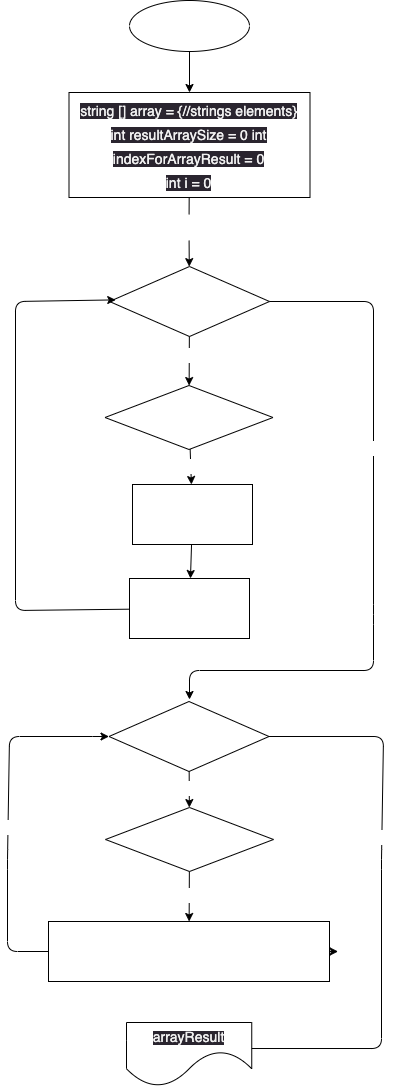
The draw.io diagram diagram.drawio.png in kurkinajulia/finalProject, before a commit. Source tidied: cells renumbered, new cells last; positions are measured from the earlier drawing's top-left corner, leaving out a move shared by most shapes.
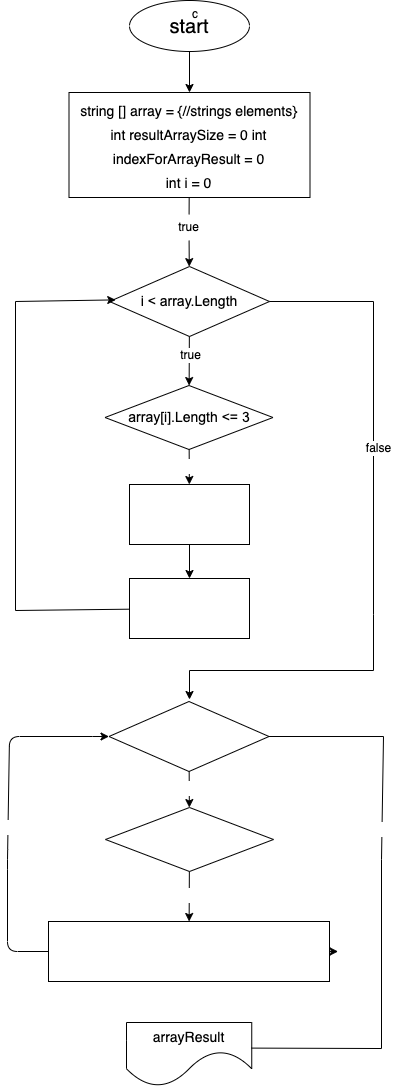
The same file after the commit.

Change to the diagram source:
```diff
@@ -2,39 +2,39 @@
   <root>
     <mxCell id="0" />
     <mxCell id="1" parent="0" />
-    <mxCell id="2" style="group;" parent="1" vertex="1">
+    <mxCell id="2" value="c" style="group;strokeColor=none;" parent="1" vertex="1">
       <mxGeometry width="376" height="1086" as="geometry" />
     </mxCell>
-    <mxCell id="3" value="&lt;font color=&quot;#ffffff&quot; style=&quot;font-size: 20px;&quot;&gt;start&lt;/font&gt;" style="ellipse;whiteSpace=wrap;html=1;fillColor=none;gradientColor=default;" parent="2" vertex="1">
+    <mxCell id="3" value="&lt;font color=&quot;#000000&quot; style=&quot;font-size: 20px;&quot;&gt;start&lt;/font&gt;" style="ellipse;whiteSpace=wrap;html=1;fillColor=none;gradientColor=default;strokeColor=#000000;" parent="2" vertex="1">
       <mxGeometry x="122" width="120" height="51" as="geometry" />
     </mxCell>
-    <mxCell id="4" value="&lt;font style=&quot;font-size: 14px;&quot;&gt;&lt;span style=&quot;color: rgb(240, 240, 240); font-family: Helvetica; font-style: normal; font-variant-ligatures: normal; font-variant-caps: normal; font-weight: 400; letter-spacing: normal; orphans: 2; text-align: center; text-indent: 0px; text-transform: none; widows: 2; word-spacing: 0px; -webkit-text-stroke-width: 0px; background-color: rgb(42, 37, 47); text-decoration-thickness: initial; text-decoration-style: initial; text-decoration-color: initial; float: none; display: inline !important;&quot;&gt;string [] array = {//strings elements}&lt;br&gt;int resultArraySize = 0 int&lt;/span&gt;&lt;br style=&quot;border-color: rgb(0, 0, 0); color: rgb(240, 240, 240); font-family: Helvetica; font-style: normal; font-variant-ligatures: normal; font-variant-caps: normal; font-weight: 400; letter-spacing: normal; orphans: 2; text-align: center; text-indent: 0px; text-transform: none; widows: 2; word-spacing: 0px; -webkit-text-stroke-width: 0px; background-color: rgb(42, 37, 47); text-decoration-thickness: initial; text-decoration-style: initial; text-decoration-color: initial;&quot;&gt;&lt;span style=&quot;color: rgb(240, 240, 240); font-family: Helvetica; font-style: normal; font-variant-ligatures: normal; font-variant-caps: normal; font-weight: 400; letter-spacing: normal; orphans: 2; text-align: center; text-indent: 0px; text-transform: none; widows: 2; word-spacing: 0px; -webkit-text-stroke-width: 0px; background-color: rgb(42, 37, 47); text-decoration-thickness: initial; text-decoration-style: initial; text-decoration-color: initial; float: none; display: inline !important;&quot;&gt;indexForArrayResult = 0&lt;/span&gt;&lt;br style=&quot;border-color: rgb(0, 0, 0); color: rgb(240, 240, 240); font-family: Helvetica; font-style: normal; font-variant-ligatures: normal; font-variant-caps: normal; font-weight: 400; letter-spacing: normal; orphans: 2; text-align: center; text-indent: 0px; text-transform: none; widows: 2; word-spacing: 0px; -webkit-text-stroke-width: 0px; background-color: rgb(42, 37, 47); text-decoration-thickness: initial; text-decoration-style: initial; text-decoration-color: initial;&quot;&gt;&lt;span style=&quot;color: rgb(240, 240, 240); font-family: Helvetica; font-style: normal; font-variant-ligatures: normal; font-variant-caps: normal; font-weight: 400; letter-spacing: normal; orphans: 2; text-align: center; text-indent: 0px; text-transform: none; widows: 2; word-spacing: 0px; -webkit-text-stroke-width: 0px; background-color: rgb(42, 37, 47); text-decoration-thickness: initial; text-decoration-style: initial; text-decoration-color: initial; float: none; display: inline !important;&quot;&gt;int i = 0&lt;/span&gt;&lt;/font&gt;" style="rounded=0;whiteSpace=wrap;html=1;fontSize=20;fillColor=none;gradientColor=default;" parent="2" vertex="1">
+    <mxCell id="4" value="&lt;font color=&quot;#000000&quot; style=&quot;font-size: 14px;&quot;&gt;&lt;span style=&quot;font-family: Helvetica; font-style: normal; font-variant-ligatures: normal; font-variant-caps: normal; font-weight: 400; letter-spacing: normal; orphans: 2; text-align: center; text-indent: 0px; text-transform: none; widows: 2; word-spacing: 0px; -webkit-text-stroke-width: 0px; text-decoration-thickness: initial; text-decoration-style: initial; text-decoration-color: initial; float: none; display: inline !important;&quot;&gt;string [] array = {//strings elements}&lt;br&gt;int resultArraySize = 0 int&lt;/span&gt;&lt;br style=&quot;border-color: rgb(0, 0, 0); font-family: Helvetica; font-style: normal; font-variant-ligatures: normal; font-variant-caps: normal; font-weight: 400; letter-spacing: normal; orphans: 2; text-align: center; text-indent: 0px; text-transform: none; widows: 2; word-spacing: 0px; -webkit-text-stroke-width: 0px; text-decoration-thickness: initial; text-decoration-style: initial; text-decoration-color: initial;&quot;&gt;&lt;span style=&quot;font-family: Helvetica; font-style: normal; font-variant-ligatures: normal; font-variant-caps: normal; font-weight: 400; letter-spacing: normal; orphans: 2; text-align: center; text-indent: 0px; text-transform: none; widows: 2; word-spacing: 0px; -webkit-text-stroke-width: 0px; text-decoration-thickness: initial; text-decoration-style: initial; text-decoration-color: initial; float: none; display: inline !important;&quot;&gt;indexForArrayResult = 0&lt;/span&gt;&lt;br style=&quot;border-color: rgb(0, 0, 0); font-family: Helvetica; font-style: normal; font-variant-ligatures: normal; font-variant-caps: normal; font-weight: 400; letter-spacing: normal; orphans: 2; text-align: center; text-indent: 0px; text-transform: none; widows: 2; word-spacing: 0px; -webkit-text-stroke-width: 0px; text-decoration-thickness: initial; text-decoration-style: initial; text-decoration-color: initial;&quot;&gt;&lt;span style=&quot;font-family: Helvetica; font-style: normal; font-variant-ligatures: normal; font-variant-caps: normal; font-weight: 400; letter-spacing: normal; orphans: 2; text-align: center; text-indent: 0px; text-transform: none; widows: 2; word-spacing: 0px; -webkit-text-stroke-width: 0px; text-decoration-thickness: initial; text-decoration-style: initial; text-decoration-color: initial; float: none; display: inline !important;&quot;&gt;int i = 0&lt;/span&gt;&lt;/font&gt;" style="rounded=0;whiteSpace=wrap;html=1;fontSize=20;fillColor=none;gradientColor=default;strokeColor=#000000;" parent="2" vertex="1">
       <mxGeometry x="61.5" y="92" width="241" height="105" as="geometry" />
     </mxCell>
-    <mxCell id="5" style="edgeStyle=none;html=1;" parent="2" edge="1" source="3" target="4">
+    <mxCell id="5" style="edgeStyle=none;html=1;strokeColor=#000000;" parent="2" edge="1" source="3" target="4">
       <mxGeometry relative="1" as="geometry" />
     </mxCell>
-    <mxCell id="6" value="&lt;span style=&quot;font-family: &amp;quot;YS Text&amp;quot;, arial, helvetica, sans-serif; text-align: start;&quot;&gt;&lt;font style=&quot;font-size: 14px;&quot; color=&quot;#ffffff&quot;&gt;i &amp;lt; array.Length&lt;/font&gt;&lt;/span&gt;" style="rhombus;whiteSpace=wrap;html=1;fontSize=14;" parent="2" vertex="1">
+    <mxCell id="6" value="&lt;span style=&quot;font-family: &amp;quot;YS Text&amp;quot;, arial, helvetica, sans-serif; text-align: start;&quot;&gt;&lt;font color=&quot;#000000&quot; style=&quot;font-size: 14px;&quot;&gt;i &amp;lt; array.Length&lt;/font&gt;&lt;/span&gt;" style="rhombus;whiteSpace=wrap;html=1;fontSize=14;fillColor=#FFFFFF;strokeColor=#000000;" parent="2" vertex="1">
       <mxGeometry x="102" y="266" width="160" height="70" as="geometry" />
     </mxCell>
-    <mxCell id="7" value="&lt;span style=&quot;font-family: &amp;quot;YS Text&amp;quot;, arial, helvetica, sans-serif; text-align: start;&quot;&gt;&lt;font style=&quot;font-size: 14px;&quot;&gt;array[i].Length &amp;lt;= 3&lt;/font&gt;&lt;/span&gt;" style="rhombus;whiteSpace=wrap;html=1;fontSize=14;labelBackgroundColor=none;fontColor=#FFFFFF;" parent="2" vertex="1">
+    <mxCell id="7" value="&lt;span style=&quot;font-family: &amp;quot;YS Text&amp;quot;, arial, helvetica, sans-serif; text-align: start;&quot;&gt;&lt;font color=&quot;#000000&quot; style=&quot;font-size: 14px;&quot;&gt;array[i].Length &amp;lt;= 3&lt;/font&gt;&lt;/span&gt;" style="rhombus;whiteSpace=wrap;html=1;fontSize=14;labelBackgroundColor=none;fontColor=#FFFFFF;strokeColor=#000000;fillColor=none;" parent="2" vertex="1">
       <mxGeometry x="97.5" y="385" width="168" height="64" as="geometry" />
     </mxCell>
-    <mxCell id="8" style="edgeStyle=none;html=1;fontSize=14;fontColor=#FFFFFF;" parent="2" edge="1" source="6" target="7">
+    <mxCell id="8" style="edgeStyle=none;html=1;fontSize=14;fontColor=#FFFFFF;strokeColor=#000000;" parent="2" edge="1" source="6" target="7">
       <mxGeometry relative="1" as="geometry" />
     </mxCell>
-    <mxCell id="9" value="true" style="edgeLabel;html=1;align=center;verticalAlign=middle;fontSize=12;fontColor=#FFFFFF;" parent="8" vertex="1">
+    <mxCell id="9" value="&lt;font style=&quot;background-color: rgb(255, 255, 255);&quot; color=&quot;#000000&quot;&gt;true&lt;/font&gt;" style="edgeLabel;html=1;align=center;verticalAlign=middle;fontSize=12;fontColor=#FFFFFF;" parent="8" vertex="1">
       <mxGeometry x="-0.06" y="7" relative="1" as="geometry">
         <mxPoint x="-7" y="-5" as="offset" />
       </mxGeometry>
     </mxCell>
     <mxCell id="10" value="&lt;span style=&quot;font-family: &amp;quot;YS Text&amp;quot;, arial, helvetica, sans-serif; font-style: normal; font-variant-ligatures: normal; font-variant-caps: normal; font-weight: 400; letter-spacing: normal; orphans: 2; text-align: start; text-indent: 0px; text-transform: none; widows: 2; word-spacing: 0px; -webkit-text-stroke-width: 0px; text-decoration-thickness: initial; text-decoration-style: initial; text-decoration-color: initial; float: none; display: inline !important;&quot;&gt;&lt;font style=&quot;font-size: 14px;&quot;&gt;resultArraySize++&lt;/font&gt;&lt;/span&gt;" style="rounded=0;whiteSpace=wrap;html=1;labelBackgroundColor=none;fontSize=14;fontColor=#FFFFFF;" parent="2" vertex="1">
-      <mxGeometry x="125" y="484" width="120" height="60" as="geometry" />
+      <mxGeometry x="122" y="484" width="120" height="60" as="geometry" />
     </mxCell>
     <mxCell id="11" value="true" style="edgeStyle=none;html=1;fontSize=12;fontColor=#FFFFFF;" parent="2" edge="1" source="7" target="10">
       <mxGeometry relative="1" as="geometry" />
     </mxCell>
-    <mxCell id="12" style="edgeStyle=none;html=1;fontSize=12;fontColor=#FFFFFF;entryX=0.039;entryY=0.477;entryDx=0;entryDy=0;entryPerimeter=0;" parent="2" edge="1" source="13" target="6">
+    <mxCell id="12" style="edgeStyle=none;html=1;fontSize=12;fontColor=#FFFFFF;entryX=0.039;entryY=0.477;entryDx=0;entryDy=0;entryPerimeter=0;strokeColor=#000000;rounded=0;" parent="2" edge="1" source="13" target="6">
       <mxGeometry relative="1" as="geometry">
         <Array as="points">
           <mxPoint x="8" y="610" />
@@ -48,16 +48,16 @@
     <mxCell id="14" style="edgeStyle=none;html=1;fontSize=12;fontColor=#FFFFFF;" parent="2" edge="1" source="10" target="13">
       <mxGeometry relative="1" as="geometry" />
     </mxCell>
-    <mxCell id="15" style="edgeStyle=none;html=1;fontSize=14;endArrow=none;" parent="2" edge="1" source="4" target="16">
+    <mxCell id="15" style="edgeStyle=none;html=1;fontSize=14;endArrow=none;strokeColor=#000000;" parent="2" edge="1" source="4" target="16">
       <mxGeometry relative="1" as="geometry" />
     </mxCell>
-    <mxCell id="16" value="true" style="text;html=1;align=center;verticalAlign=middle;points=[];strokeColor=none;fillColor=none;fontSize=12;fontColor=#FFFFFF;" parent="2" vertex="1">
+    <mxCell id="16" value="&lt;font color=&quot;#000000&quot;&gt;true&lt;/font&gt;" style="text;html=1;align=center;verticalAlign=middle;points=[];strokeColor=none;fillColor=none;fontSize=12;fontColor=#FFFFFF;" parent="2" vertex="1">
       <mxGeometry x="162" y="214" width="39" height="26" as="geometry" />
     </mxCell>
-    <mxCell id="17" style="edgeStyle=none;html=1;fontSize=14;startArrow=none;" parent="2" edge="1" source="16" target="6">
+    <mxCell id="17" style="edgeStyle=none;html=1;fontSize=14;startArrow=none;strokeColor=#000000;" parent="2" edge="1" source="16" target="6">
       <mxGeometry relative="1" as="geometry" />
     </mxCell>
-    <mxCell id="18" style="edgeStyle=none;html=1;fontSize=12;fontColor=#FFFFFF;exitX=1;exitY=0.5;exitDx=0;exitDy=0;" parent="2" edge="1" source="6">
+    <mxCell id="18" style="edgeStyle=none;html=1;fontSize=12;fontColor=#FFFFFF;exitX=1;exitY=0.5;exitDx=0;exitDy=0;strokeColor=#000000;rounded=0;" parent="2" edge="1" source="6">
       <mxGeometry relative="1" as="geometry">
         <mxPoint x="182" y="699" as="targetPoint" />
         <Array as="points">
@@ -68,7 +68,7 @@
         </Array>
       </mxGeometry>
     </mxCell>
-    <mxCell id="19" value="false" style="edgeLabel;html=1;align=center;verticalAlign=middle;fontSize=12;fontColor=#FFFFFF;" parent="18" vertex="1">
+    <mxCell id="19" value="&lt;font style=&quot;background-color: rgb(255, 255, 255);&quot; color=&quot;#000000&quot;&gt;false&lt;/font&gt;" style="edgeLabel;html=1;align=center;verticalAlign=middle;fontSize=12;fontColor=#FFFFFF;" parent="18" vertex="1">
       <mxGeometry x="-0.27" y="4" relative="1" as="geometry" />
     </mxCell>
     <mxCell id="20" value="&lt;span style=&quot;font-family: &amp;quot;YS Text&amp;quot;, arial, helvetica, sans-serif; text-align: start;&quot;&gt;&lt;font style=&quot;font-size: 14px;&quot; color=&quot;#ffffff&quot;&gt;i &amp;lt; array.Length&lt;/font&gt;&lt;/span&gt;" style="rhombus;whiteSpace=wrap;html=1;fontSize=14;" parent="2" vertex="1">
@@ -104,9 +104,8 @@
         <mxPoint x="5" y="1" as="offset" />
       </mxGeometry>
     </mxCell>
-    <mxCell id="28" style="edgeStyle=none;html=1;fontSize=12;fontColor=#FFFFFF;endArrow=none;endFill=0;entryX=1;entryY=0.5;entryDx=0;entryDy=0;" parent="2" edge="1" target="20">
+    <mxCell id="28" style="edgeStyle=none;html=1;fontSize=12;fontColor=#FFFFFF;endArrow=none;endFill=0;entryX=1;entryY=0.5;entryDx=0;entryDy=0;exitX=0.998;exitY=0.4;exitDx=0;exitDy=0;exitPerimeter=0;strokeColor=#000000;rounded=0;" parent="2" edge="1" source="30" target="20">
       <mxGeometry relative="1" as="geometry">
-        <mxPoint x="219" y="1048" as="sourcePoint" />
         <Array as="points">
           <mxPoint x="374" y="1048" />
           <mxPoint x="374" y="859" />
@@ -117,7 +116,7 @@
     <mxCell id="29" value="false" style="edgeLabel;html=1;align=center;verticalAlign=middle;fontSize=12;fontColor=#FFFFFF;" parent="28" vertex="1">
       <mxGeometry x="0.26" relative="1" as="geometry" />
     </mxCell>
-    <mxCell id="30" value="&lt;span style=&quot;color: rgb(240, 240, 240); font-family: Helvetica; font-style: normal; font-variant-ligatures: normal; font-variant-caps: normal; font-weight: 400; letter-spacing: normal; orphans: 2; text-align: center; text-indent: 0px; text-transform: none; widows: 2; word-spacing: 0px; -webkit-text-stroke-width: 0px; background-color: rgb(42, 37, 47); text-decoration-thickness: initial; text-decoration-style: initial; text-decoration-color: initial; float: none; display: inline !important;&quot;&gt;&lt;font style=&quot;font-size: 14px;&quot;&gt;arrayResult&lt;/font&gt;&lt;/span&gt;" style="shape=document;whiteSpace=wrap;html=1;boundedLbl=1;labelBackgroundColor=none;fontSize=12;fontColor=#FFFFFF;size=0.5534290271132369;" parent="2" vertex="1">
+    <mxCell id="30" value="&lt;span style=&quot;font-family: Helvetica; font-style: normal; font-variant-ligatures: normal; font-variant-caps: normal; font-weight: 400; letter-spacing: normal; orphans: 2; text-align: center; text-indent: 0px; text-transform: none; widows: 2; word-spacing: 0px; -webkit-text-stroke-width: 0px; text-decoration-thickness: initial; text-decoration-style: initial; text-decoration-color: initial; float: none; display: inline !important;&quot;&gt;&lt;font color=&quot;#000000&quot; style=&quot;font-size: 14px;&quot;&gt;arrayResult&lt;/font&gt;&lt;/span&gt;" style="shape=document;whiteSpace=wrap;html=1;boundedLbl=1;labelBackgroundColor=none;fontSize=12;fontColor=#FFFFFF;size=0.5534290271132369;fillColor=none;strokeColor=#000000;" parent="2" vertex="1">
       <mxGeometry x="119" y="1022" width="125.2" height="64" as="geometry" />
     </mxCell>
     <mxCell id="31" style="edgeStyle=none;html=1;strokeColor=#000000;fontSize=14;fontColor=#FFFFFF;" parent="1" edge="1" source="23">
```
